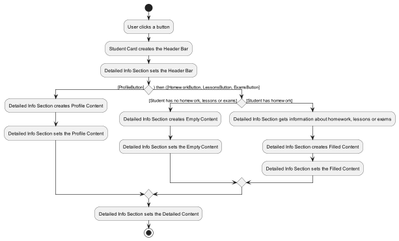
This is docs/images/ClickButtonActivityDiagram.png from nus-cs2103-AY2223S2/tp, a PlantUML export, as it was before one commit.
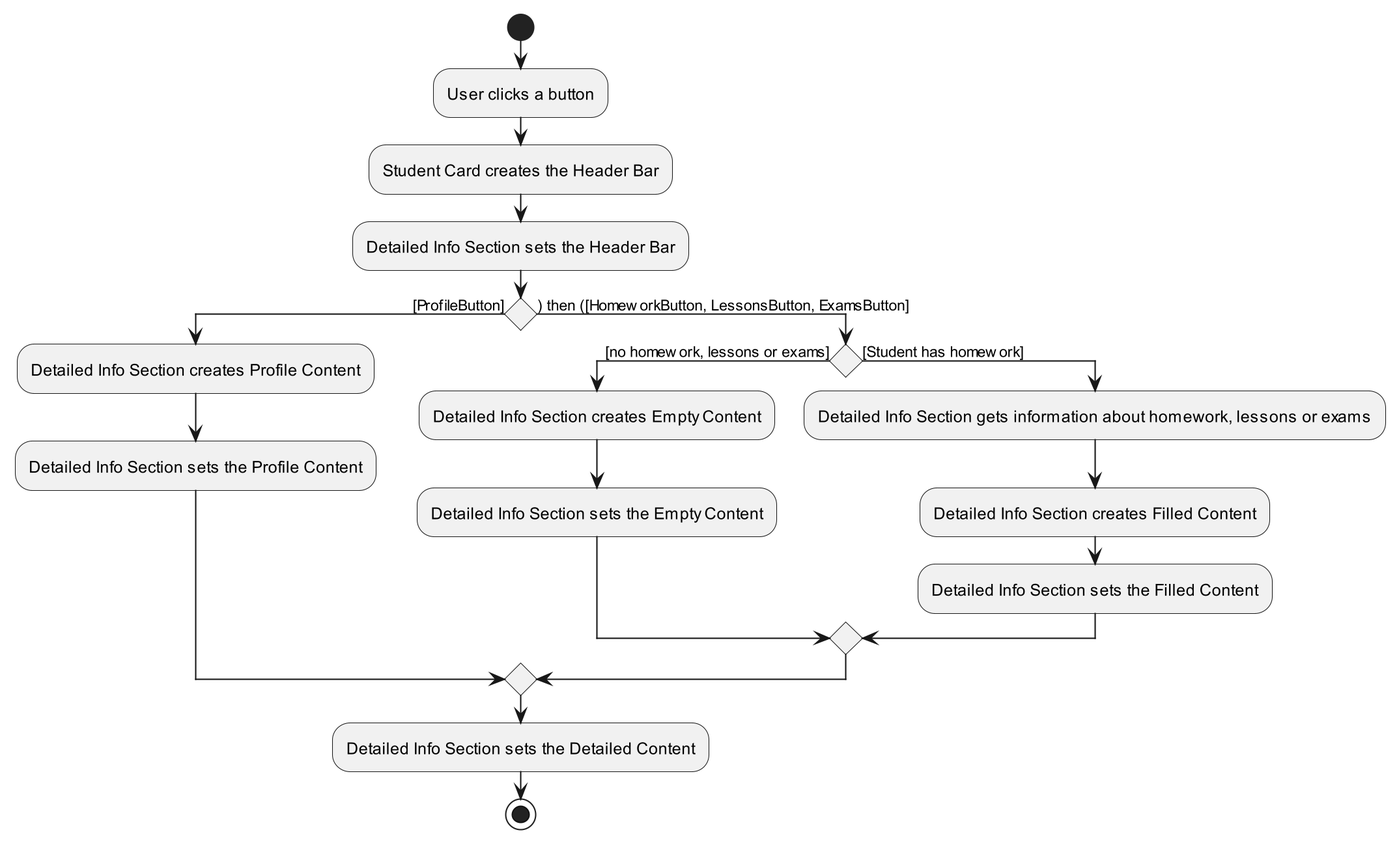
Later version of the same file.

The edit, as a diff of the source:
```diff
@@ -11,7 +11,7 @@
 :Detailed Info Section sets the Profile Content;
 
 else() then ([HomeworkButton, LessonsButton, ExamsButton])
-if () then ([Student has no homework, lessons or exams])
+if () then ([no homework, lessons or exams])
 :Detailed Info Section creates Empty Content;
 :Detailed Info Section sets the Empty Content;
 else ([Student has homework])
```
